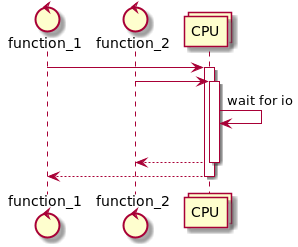
This is images/process_seq.png from andgineer/sorokin.engineer, a PlantUML export, as it was before one commit.
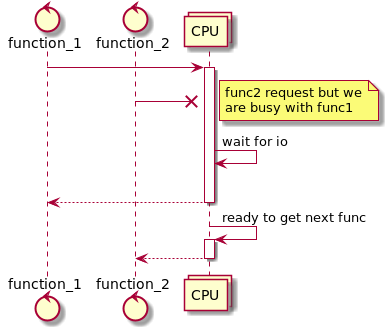
The same file after the commit.

Diff of the diagram source:
```diff
@@ -5,12 +5,14 @@
 
 function_1 -> CPU
 activate CPU
-function_2 -> CPU
-activate CPU
+function_2 ->x CPU
+note right: func2 request but we \nare busy with func1
 CPU -> CPU: wait for io
 |||
+CPU --> function_1
+deactivate CPU
+CPU -> CPU: ready to get next func
+activate CPU
 CPU --> function_2
 deactivate CPU
-CPU --> function_1
-deactivate CPU
 @enduml
```
